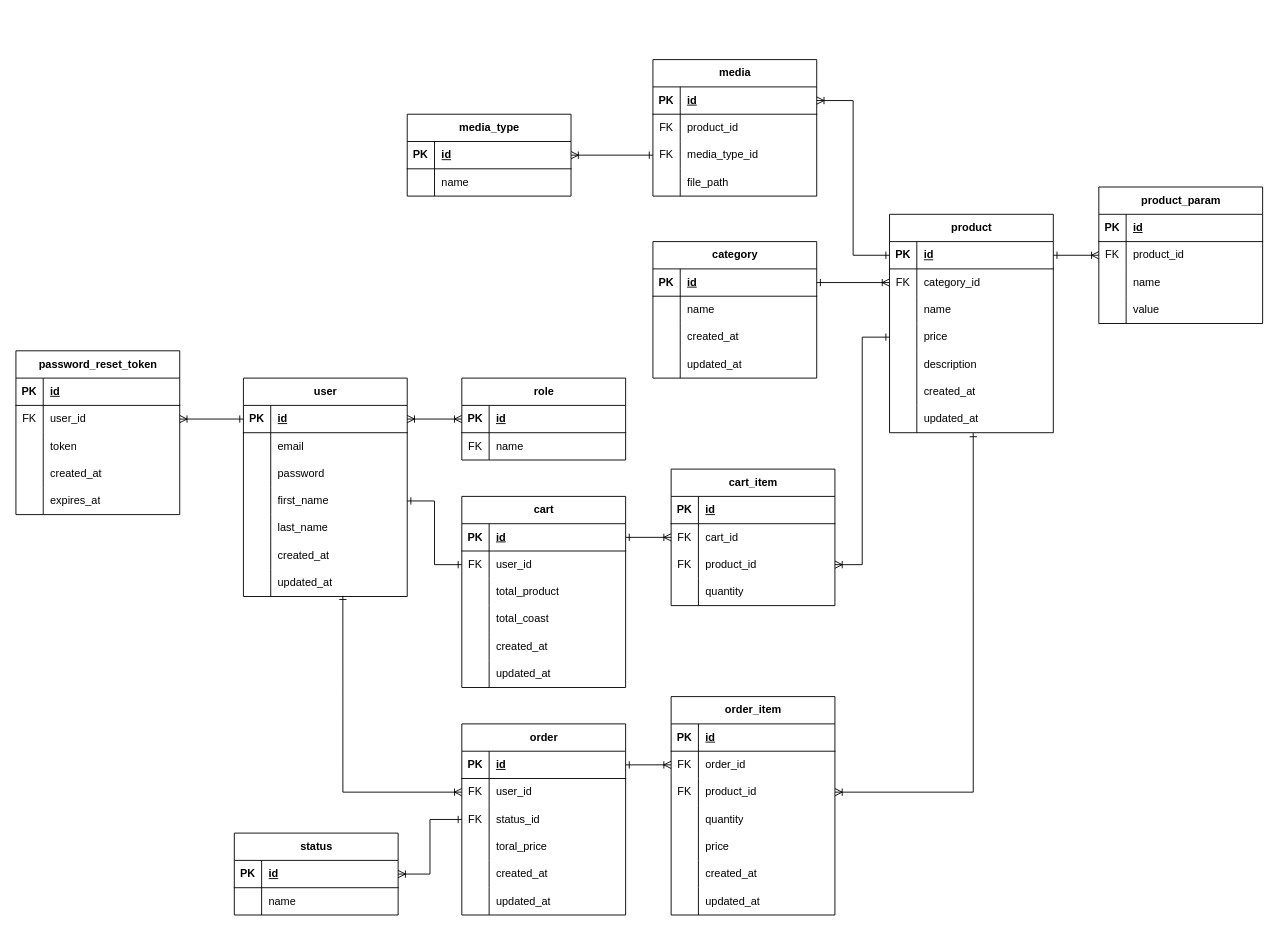
Above: docs/db/uml_DB.drawio in Deonniss/GusliStore (draw.io), before the change. Source tidied: cells renumbered, new cells numbered last; positions are measured from the earlier drawing's top-left corner, leaving out a move shared by most shapes. Both pictures are drawn from the tidied source at 91%, with x=0, y=0 at pixel (15, 59).
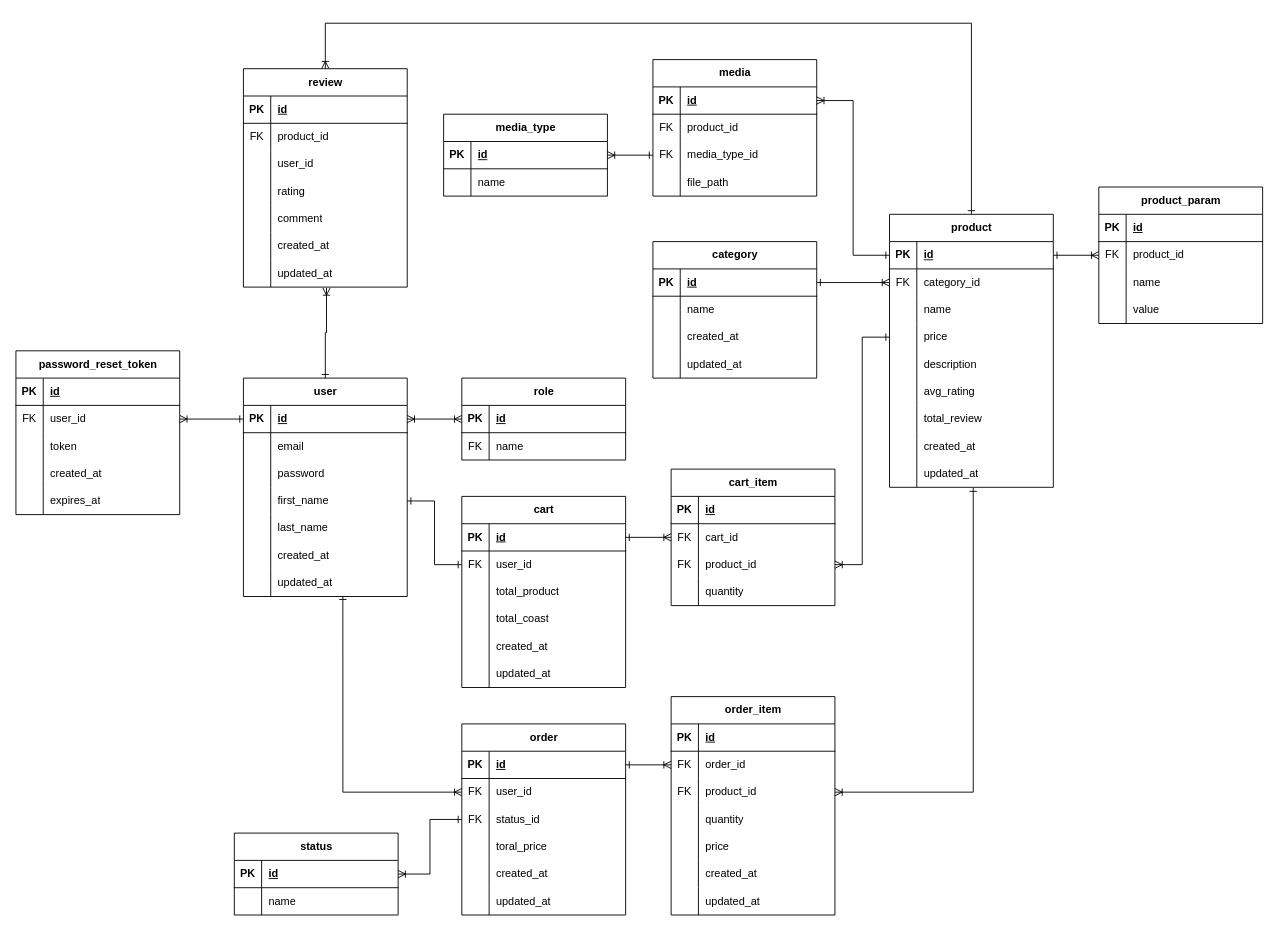
The same diagram, later.

Commit message (it also covers changes not shown here):
add review table

The change refers to these unchanged cells:
```xml
<mxCell id="2" value="user" style="shape=table;startSize=30;childLayout=tableLayout;rowLines=0;fontStyle=1;align=center;html=1;" parent="1" vertex="1">
  <mxGeometry x="250" y="350" width="180" height="240" as="geometry" />
</mxCell>
```

The edit, as a diff of the source:
```diff
@@
     <mxCell id="62" value="product" style="shape=table;startSize=30;childLayout=tableLayout;rowLines=0;fontStyle=1;align=center;html=1;" parent="1" vertex="1">
-      <mxGeometry x="960" y="170" width="180" height="240" as="geometry" />
+      <mxGeometry x="960" y="170" width="180" height="300" as="geometry" />
     </mxCell>
@@
+    <mxCell id="208" style="shape=tableRow;horizontal=0;startSize=0;swimlaneHead=0;swimlaneBody=0;fillColor=none;top=0;left=0;right=0;bottom=0;" parent="62" vertex="1">
+      <mxGeometry y="180" width="180" height="30" as="geometry" />
+    </mxCell>
+    <mxCell id="209" style="shape=partialRectangle;fillColor=none;top=0;left=0;bottom=0;right=0;overflow=hidden;whiteSpace=wrap;html=1;" parent="208" vertex="1">
+      <mxGeometry width="30" height="30" as="geometry" />
+    </mxCell>
+    <mxCell id="210" value="avg_rating" style="shape=partialRectangle;fillColor=none;top=0;left=0;bottom=0;right=0;align=left;spacingLeft=6;overflow=hidden;whiteSpace=wrap;html=1;" parent="208" vertex="1">
+      <mxGeometry x="30" width="150" height="30" as="geometry" />
+    </mxCell>
+    <mxCell id="211" style="shape=tableRow;horizontal=0;startSize=0;swimlaneHead=0;swimlaneBody=0;fillColor=none;top=0;left=0;right=0;bottom=0;" parent="62" vertex="1">
+      <mxGeometry y="210" width="180" height="30" as="geometry" />
+    </mxCell>
+    <mxCell id="212" style="shape=partialRectangle;fillColor=none;top=0;left=0;bottom=0;right=0;overflow=hidden;whiteSpace=wrap;html=1;" parent="211" vertex="1">
+      <mxGeometry width="30" height="30" as="geometry" />
+    </mxCell>
+    <mxCell id="213" value="total_review" style="shape=partialRectangle;fillColor=none;top=0;left=0;bottom=0;right=0;align=left;spacingLeft=6;overflow=hidden;whiteSpace=wrap;html=1;" parent="211" vertex="1">
+      <mxGeometry x="30" width="150" height="30" as="geometry" />
+    </mxCell>
     <mxCell id="78" style="shape=tableRow;horizontal=0;startSize=0;swimlaneHead=0;swimlaneBody=0;fillColor=none;top=0;left=0;right=0;bottom=0;" parent="62" vertex="1">
-      <mxGeometry y="180" width="180" height="30" as="geometry" />
+      <mxGeometry y="240" width="180" height="30" as="geometry" />
     </mxCell>
@@
     <mxCell id="81" style="shape=tableRow;horizontal=0;startSize=0;swimlaneHead=0;swimlaneBody=0;fillColor=none;points=[[0,0.5],[1,0.5]];portConstraint=eastwest;top=0;left=0;right=0;bottom=0;" parent="62" vertex="1">
-      <mxGeometry y="210" width="180" height="30" as="geometry" />
+      <mxGeometry y="270" width="180" height="30" as="geometry" />
     </mxCell>
@@
     <mxCell id="112" value="media_type" style="shape=table;startSize=30;childLayout=tableLayout;rowLines=0;fontStyle=1;align=center;html=1;" parent="1" vertex="1">
-      <mxGeometry x="430" y="60" width="180" height="90" as="geometry" />
+      <mxGeometry x="470" y="60" width="180" height="90" as="geometry" />
     </mxCell>
@@
+    <mxCell id="214" style="edgeStyle=orthogonalEdgeStyle;rounded=0;jettySize=auto;html=1;endArrow=ERoneToMany;endFill=0;startArrow=ERone;startFill=0;exitX=0.5;exitY=0;exitDx=0;exitDy=0;" parent="1" edge="1" source="62" target="215">
+      <mxGeometry relative="1" as="geometry">
+        <Array as="points">
+          <mxPoint x="1050" y="-40" />
+          <mxPoint x="340" y="-40" />
+        </Array>
+      </mxGeometry>
+    </mxCell>
+    <mxCell id="215" value="review" style="shape=table;startSize=30;childLayout=tableLayout;rowLines=0;fontStyle=1;align=center;html=1;" parent="1" vertex="1">
+      <mxGeometry x="250" y="10" width="180" height="240" as="geometry" />
+    </mxCell>
+    <mxCell id="216" style="shape=tableRow;horizontal=0;startSize=0;swimlaneHead=0;swimlaneBody=0;fillColor=none;top=0;left=0;right=0;bottom=1;" parent="215" vertex="1">
+      <mxGeometry y="30" width="180" height="30" as="geometry" />
+    </mxCell>
+    <mxCell id="217" value="PK" style="shape=partialRectangle;fillColor=none;top=0;left=0;bottom=0;right=0;fontStyle=1;overflow=hidden;whiteSpace=wrap;html=1;" parent="216" vertex="1">
+      <mxGeometry width="30" height="30" as="geometry" />
+    </mxCell>
+    <mxCell id="218" value="id" style="shape=partialRectangle;fillColor=none;top=0;left=0;bottom=0;right=0;align=left;spacingLeft=6;fontStyle=5;overflow=hidden;whiteSpace=wrap;html=1;" parent="216" vertex="1">
+      <mxGeometry x="30" width="150" height="30" as="geometry" />
+    </mxCell>
+    <mxCell id="219" style="shape=tableRow;horizontal=0;startSize=0;swimlaneHead=0;swimlaneBody=0;fillColor=none;top=0;left=0;right=0;bottom=0;" parent="215" vertex="1">
+      <mxGeometry y="60" width="180" height="30" as="geometry" />
+    </mxCell>
+    <mxCell id="220" value="FK" style="shape=partialRectangle;fillColor=none;top=0;left=0;bottom=0;right=0;overflow=hidden;whiteSpace=wrap;html=1;" parent="219" vertex="1">
+      <mxGeometry width="30" height="30" as="geometry" />
+    </mxCell>
+    <mxCell id="221" value="product_id" style="shape=partialRectangle;fillColor=none;top=0;left=0;bottom=0;right=0;align=left;spacingLeft=6;overflow=hidden;whiteSpace=wrap;html=1;" parent="219" vertex="1">
+      <mxGeometry x="30" width="150" height="30" as="geometry" />
+    </mxCell>
+    <mxCell id="222" style="shape=tableRow;horizontal=0;startSize=0;swimlaneHead=0;swimlaneBody=0;fillColor=none;top=0;left=0;right=0;bottom=0;" parent="215" vertex="1">
+      <mxGeometry y="90" width="180" height="30" as="geometry" />
+    </mxCell>
+    <mxCell id="223" style="shape=partialRectangle;fillColor=none;top=0;left=0;bottom=0;right=0;overflow=hidden;whiteSpace=wrap;html=1;" parent="222" vertex="1">
+      <mxGeometry width="30" height="30" as="geometry" />
+    </mxCell>
+    <mxCell id="224" value="user_id" style="shape=partialRectangle;fillColor=none;top=0;left=0;bottom=0;right=0;align=left;spacingLeft=6;overflow=hidden;whiteSpace=wrap;html=1;" parent="222" vertex="1">
+      <mxGeometry x="30" width="150" height="30" as="geometry" />
+    </mxCell>
+    <mxCell id="225" style="shape=tableRow;horizontal=0;startSize=0;swimlaneHead=0;swimlaneBody=0;fillColor=none;top=0;left=0;right=0;bottom=0;" parent="215" vertex="1">
+      <mxGeometry y="120" width="180" height="30" as="geometry" />
+    </mxCell>
+    <mxCell id="226" style="shape=partialRectangle;fillColor=none;top=0;left=0;bottom=0;right=0;overflow=hidden;whiteSpace=wrap;html=1;" parent="225" vertex="1">
+      <mxGeometry width="30" height="30" as="geometry" />
+    </mxCell>
+    <mxCell id="227" value="rating" style="shape=partialRectangle;fillColor=none;top=0;left=0;bottom=0;right=0;align=left;spacingLeft=6;overflow=hidden;whiteSpace=wrap;html=1;" parent="225" vertex="1">
+      <mxGeometry x="30" width="150" height="30" as="geometry" />
+    </mxCell>
+    <mxCell id="228" style="shape=tableRow;horizontal=0;startSize=0;swimlaneHead=0;swimlaneBody=0;fillColor=none;top=0;left=0;right=0;bottom=0;" parent="215" vertex="1">
+      <mxGeometry y="150" width="180" height="30" as="geometry" />
+    </mxCell>
+    <mxCell id="229" style="shape=partialRectangle;fillColor=none;top=0;left=0;bottom=0;right=0;overflow=hidden;whiteSpace=wrap;html=1;" parent="228" vertex="1">
+      <mxGeometry width="30" height="30" as="geometry" />
+    </mxCell>
+    <mxCell id="230" value="comment" style="shape=partialRectangle;fillColor=none;top=0;left=0;bottom=0;right=0;align=left;spacingLeft=6;overflow=hidden;whiteSpace=wrap;html=1;" parent="228" vertex="1">
+      <mxGeometry x="30" width="150" height="30" as="geometry" />
+    </mxCell>
+    <mxCell id="231" style="shape=tableRow;horizontal=0;startSize=0;swimlaneHead=0;swimlaneBody=0;fillColor=none;top=0;left=0;right=0;bottom=0;" parent="215" vertex="1">
+      <mxGeometry y="180" width="180" height="30" as="geometry" />
+    </mxCell>
+    <mxCell id="232" style="shape=partialRectangle;fillColor=none;top=0;left=0;bottom=0;right=0;overflow=hidden;whiteSpace=wrap;html=1;" parent="231" vertex="1">
+      <mxGeometry width="30" height="30" as="geometry" />
+    </mxCell>
+    <mxCell id="233" value="created_at" style="shape=partialRectangle;fillColor=none;top=0;left=0;bottom=0;right=0;align=left;spacingLeft=6;overflow=hidden;whiteSpace=wrap;html=1;" parent="231" vertex="1">
+      <mxGeometry x="30" width="150" height="30" as="geometry" />
+    </mxCell>
+    <mxCell id="234" style="shape=tableRow;horizontal=0;startSize=0;swimlaneHead=0;swimlaneBody=0;fillColor=none;points=[[0,0.5],[1,0.5]];portConstraint=eastwest;top=0;left=0;right=0;bottom=0;" parent="215" vertex="1">
+      <mxGeometry y="210" width="180" height="30" as="geometry" />
+    </mxCell>
+    <mxCell id="235" style="shape=partialRectangle;fillColor=none;top=0;left=0;bottom=0;right=0;overflow=hidden;whiteSpace=wrap;html=1;" parent="234" vertex="1">
+      <mxGeometry width="30" height="30" as="geometry" />
+    </mxCell>
+    <mxCell id="236" value="updated_at" style="shape=partialRectangle;fillColor=none;top=0;left=0;bottom=0;right=0;align=left;spacingLeft=6;overflow=hidden;whiteSpace=wrap;html=1;" parent="234" vertex="1">
+      <mxGeometry x="30" width="150" height="30" as="geometry" />
+    </mxCell>
+    <mxCell id="237" style="edgeStyle=orthogonalEdgeStyle;rounded=0;jettySize=auto;html=1;endArrow=ERone;endFill=0;startArrow=ERoneToMany;startFill=0;exitX=0.507;exitY=1.029;exitDx=0;exitDy=0;exitPerimeter=0;" parent="1" edge="1" source="234" target="2">
+      <mxGeometry relative="1" as="geometry" />
+    </mxCell>
```
